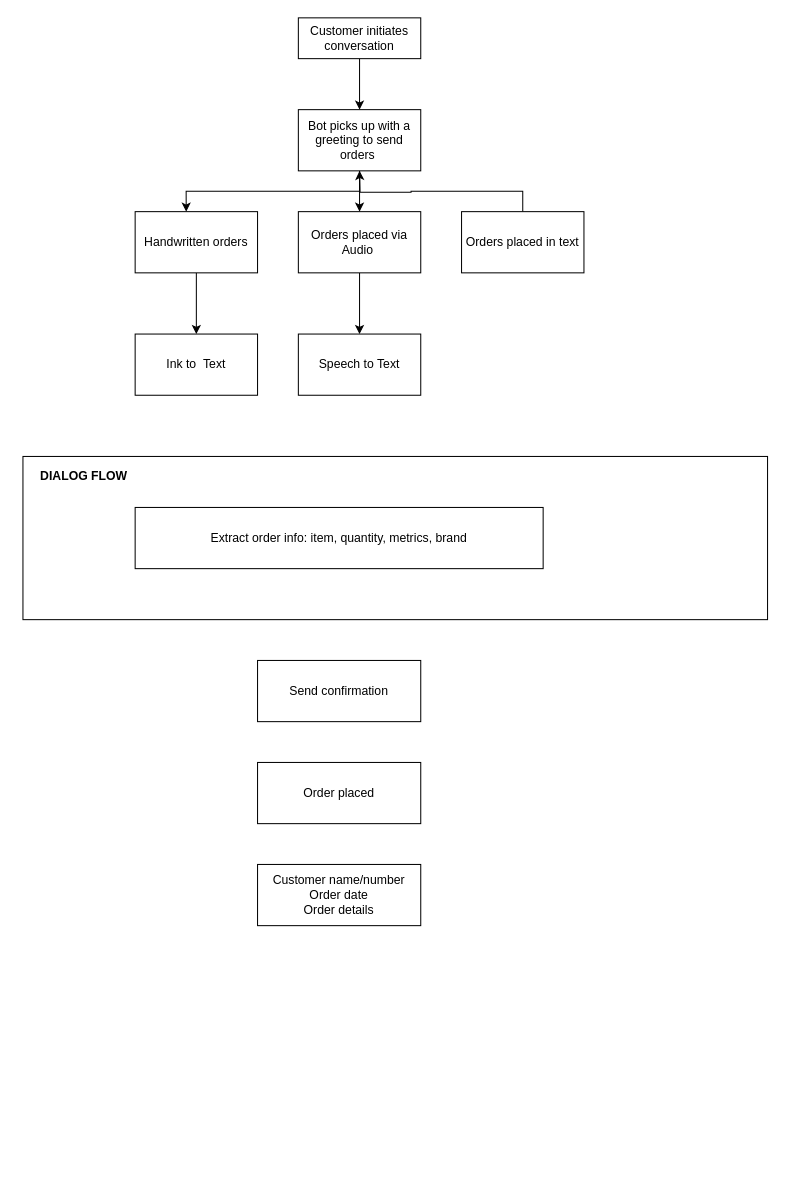
This is Untitled Diagram.drawio from hsachinraj/retail, a draw.io file, before an edit. Source tidied: cells renumbered, new cells numbered last; positions are measured from the earlier drawing's top-left corner, leaving out a move shared by most shapes. Both pictures are drawn from the tidied source at 102%, with x=0, y=0 at pixel (22, 17).
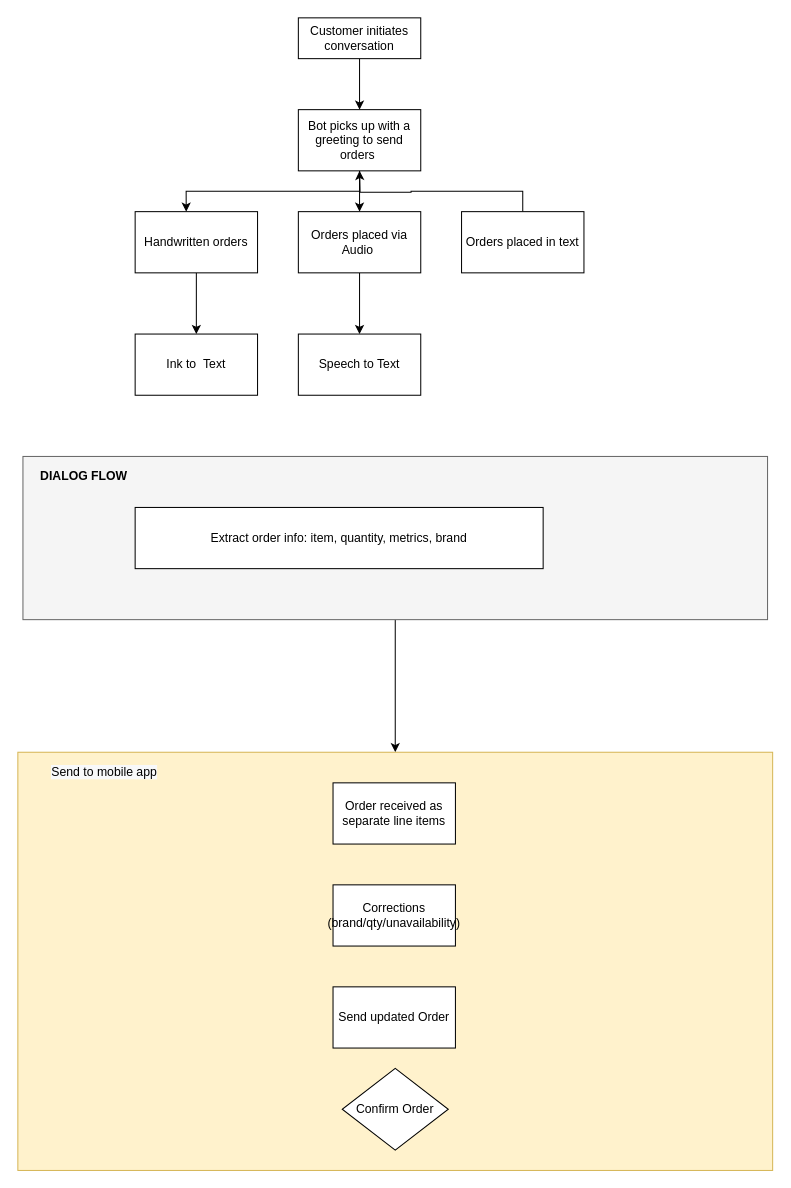
The same diagram, later.

Change to the diagram source:
```diff
@@
+    <mxCell id="21" style="edgeStyle=orthogonalEdgeStyle;rounded=0;jettySize=auto;html=1;exitX=0.5;exitY=1;exitDx=0;exitDy=0;entryX=0.5;entryY=0;entryDx=0;entryDy=0;" parent="1" edge="1" source="2" target="22">
+      <mxGeometry relative="1" as="geometry" />
+    </mxCell>
-    <mxCell id="2" style="rounded=0;whiteSpace=wrap;html=1;" parent="1" vertex="1">
+    <mxCell id="2" style="rounded=0;whiteSpace=wrap;html=1;fillColor=#f5f5f5;strokeColor=#666666;fontColor=#333333;" parent="1" vertex="1">
       <mxGeometry y="430" width="730" height="160" as="geometry" />
     </mxCell>
@@
-    <mxCell id="17" value="Send confirmation" style="whiteSpace=wrap;html=1;" parent="1" vertex="1">
-      <mxGeometry x="230" y="630" width="160" height="60" as="geometry" />
-    </mxCell>
-    <mxCell id="18" value="Order placed" style="whiteSpace=wrap;html=1;" parent="1" vertex="1">
-      <mxGeometry x="230" y="730" width="160" height="60" as="geometry" />
-    </mxCell>
-    <mxCell id="19" value="Customer name/number&lt;br&gt;Order date&lt;br&gt;Order details" style="whiteSpace=wrap;html=1;" parent="1" vertex="1">
-      <mxGeometry x="230" y="830" width="160" height="60" as="geometry" />
-    </mxCell>
@@
+    <mxCell id="22" style="rounded=0;whiteSpace=wrap;html=1;fillColor=#fff2cc;strokeColor=#d6b656;" parent="1" vertex="1">
+      <mxGeometry x="-5" y="720" width="740" height="410" as="geometry" />
+    </mxCell>
+    <mxCell id="23" value="Order received as separate line items" style="rounded=0;whiteSpace=wrap;html=1;" parent="1" vertex="1">
+      <mxGeometry x="304" y="750" width="120" height="60" as="geometry" />
+    </mxCell>
+    <mxCell id="24" value="Corrections (brand/qty/unavailability)" style="rounded=0;whiteSpace=wrap;html=1;" parent="1" vertex="1">
+      <mxGeometry x="304" y="850" width="120" height="60" as="geometry" />
+    </mxCell>
+    <mxCell id="25" value="&lt;span style=&quot;color: rgb(0, 0, 0); font-family: helvetica; font-size: 12px; font-style: normal; font-weight: 400; letter-spacing: normal; text-align: center; text-indent: 0px; text-transform: none; word-spacing: 0px; background-color: rgb(248, 249, 250); display: inline; float: none;&quot;&gt;Send to mobile app&lt;/span&gt;" style="text;html=1;strokeColor=none;fillColor=none;align=center;verticalAlign=middle;whiteSpace=wrap;rounded=0;" parent="1" vertex="1">
+      <mxGeometry x="10" y="730" width="140" height="20" as="geometry" />
+    </mxCell>
+    <mxCell id="26" value="Send updated Order" style="rounded=0;whiteSpace=wrap;html=1;" parent="1" vertex="1">
+      <mxGeometry x="304" y="950" width="120" height="60" as="geometry" />
+    </mxCell>
+    <mxCell id="27" value="Confirm Order" style="rhombus;whiteSpace=wrap;html=1;" parent="1" vertex="1">
+      <mxGeometry x="313" y="1030" width="104" height="80" as="geometry" />
+    </mxCell>
```
